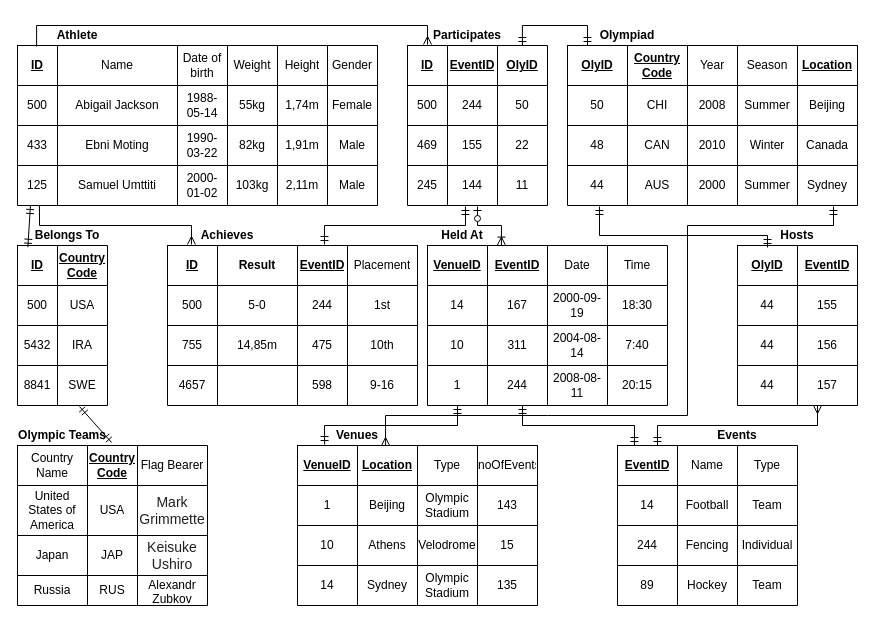
Earlier version of the draw.io diagram RM OLY.drawio (AurimasKaseta/studiju-dalykai). Source tidied: cells renumbered, new cells numbered last; positions are measured from the earlier drawing's top-left corner, leaving out a move shared by most shapes. Both pictures are drawn from the tidied source at 100%, with x=0, y=0 at pixel (17, 25).
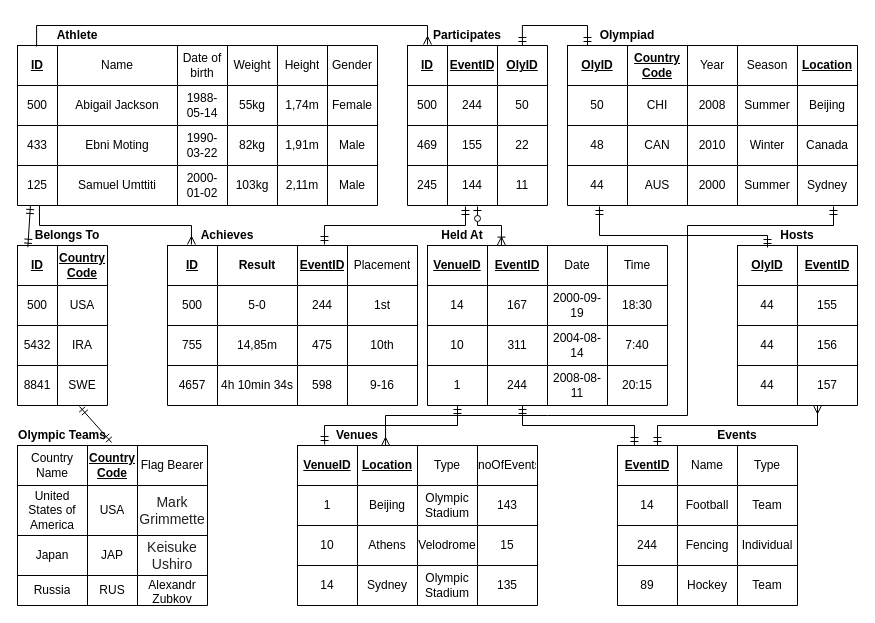
The same diagram, later.

Unchanged cells that the change refers to:
```xml
<mxCell id="149" style="shape=partialRectangle;html=1;whiteSpace=wrap;fillColor=none;top=0;left=0;bottom=0;right=0;" parent="136" vertex="1">
  <mxGeometry y="120" width="180" height="40" as="geometry" />
</mxCell>
```

The edit, as a diff of the source:
```diff
@@
-    <mxCell id="151" style="shape=partialRectangle;html=1;whiteSpace=wrap;overflow=hidden;fillColor=none;top=0;left=0;bottom=0;right=0;" parent="149" vertex="1">
+    <mxCell id="151" value="4h 10min 34s" style="shape=partialRectangle;html=1;whiteSpace=wrap;overflow=hidden;fillColor=none;top=0;left=0;bottom=0;right=0;" parent="149" vertex="1">
       <mxGeometry x="50" width="80" height="40" as="geometry" />
     </mxCell>
```
